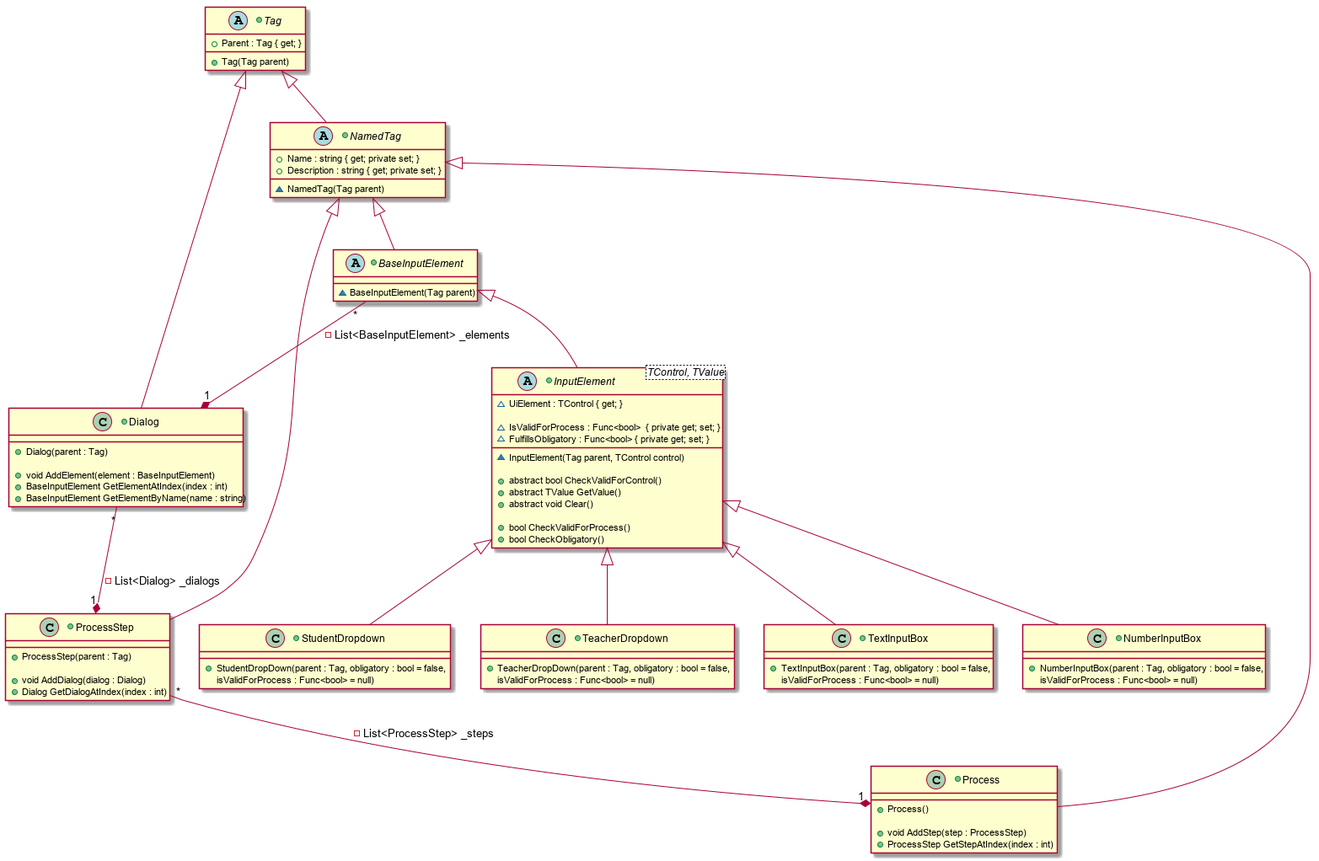
JuNord/dynamicDocs keeps this PlantUML diagram as DynamicDocsWPF/DynamicDocsWPF/PlantUML/UML.png. Above is the earlier version.
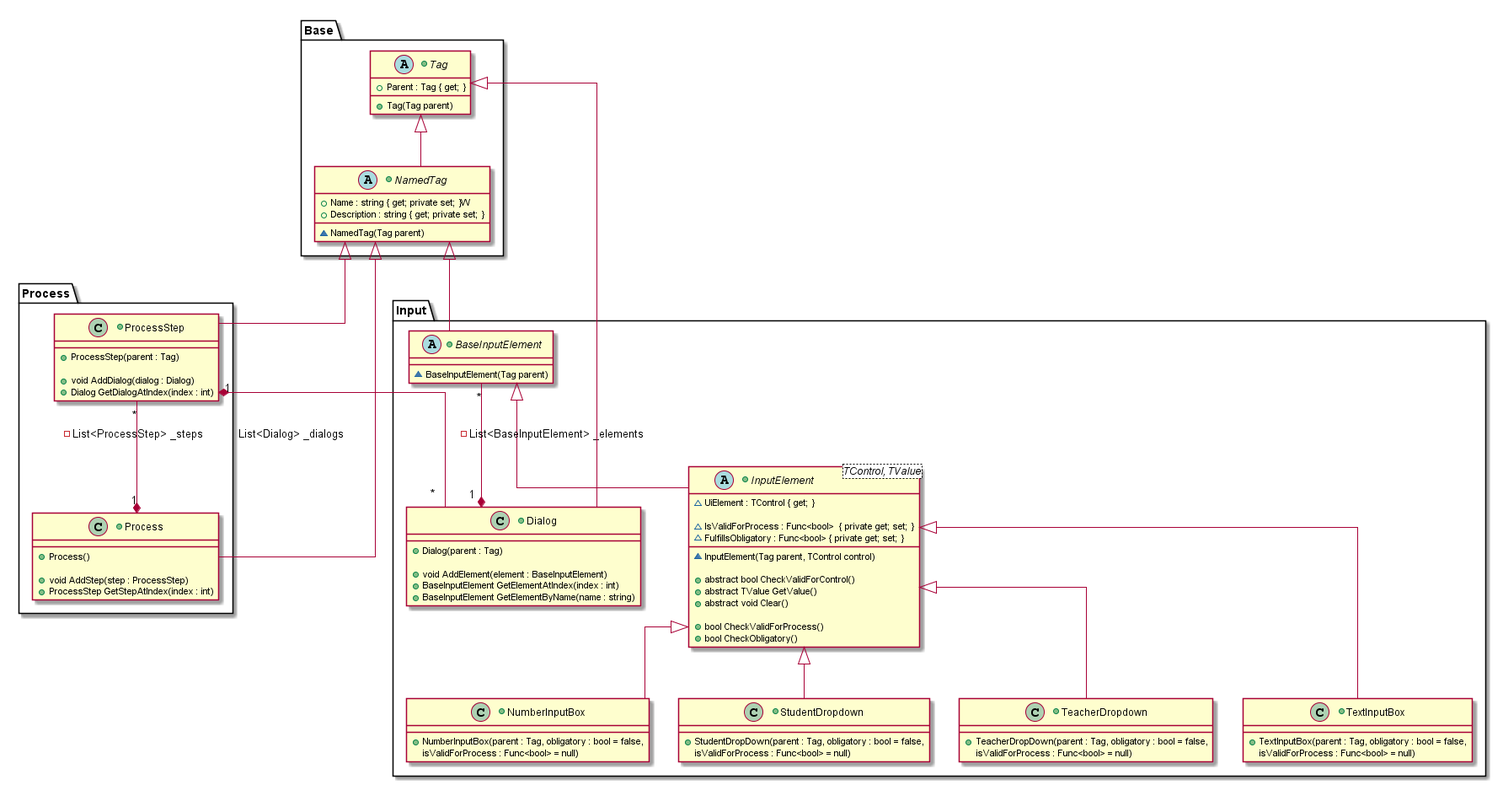
The same diagram one commit later.

Commit message:
Created Basic Networking Class

What changed in the source:
```diff
@@ -1,103 +1,127 @@
 @startuml
-Tag <|-- NamedTag
-Tag <|-- Dialog
-NamedTag <|-- BaseInputElement
-NamedTag <|-- Process
-NamedTag <|-- ProcessStep
-BaseInputElement <|-- InputElement
-InputElement <|-- NumberInputBox
-InputElement <|-- StudentDropdown
-InputElement <|-- TeacherDropdown
-InputElement <|-- TextInputBox
 
-ProcessStep "*" --* "1" Process : -List<ProcessStep> _steps
-Dialog "*" --* "1" ProcessStep : -List<Dialog> _dialogs
-BaseInputElement "*" --* "1" Dialog : -List<BaseInputElement> _elements
+skinparam linetype ortho
+
+namespace Base{
+    Tag <|-- NamedTag
+
+    +abstract class Tag
+    {
+        +Parent : Tag { get; }
+        +Tag(Tag parent)
+    }
+
+    +abstract class NamedTag
+    {
+        +Name : string { get; private set; }W
+        +Description : string { get; private set; }
+
+        ~NamedTag(Tag parent)
+    }
 
 
-+abstract class Tag
-{
-    +Parent : Tag { get; }
-    +Tag(Tag parent)
 }
 
-+abstract class NamedTag
-{
-    +Name : string { get; private set; }
-    +Description : string { get; private set; }
+namespace Input{
+    InputElement <|-- NumberInputBox
+    InputElement <|-- StudentDropdown
+    InputElement <|-- TeacherDropdown
+    InputElement <|-- TextInputBox
+    BaseInputElement <|-- InputElement
+    Base.NamedTag <|-- BaseInputElement
+    BaseInputElement "*" --* "1" Dialog : -List<BaseInputElement> _elements
+    Base.Tag <|-- Dialog
 
-    ~NamedTag(Tag parent)
+    +class NumberInputBox
+    {
+        +NumberInputBox(parent : Tag, obligatory : bool = false,
+                        isValidForProcess : Func<bool> = null)
+    }
+
+    +class TextInputBox
+    {
+        +TextInputBox(parent : Tag, obligatory : bool = false,
+                      isValidForProcess : Func<bool> = null)
+    }
+
+    +class StudentDropdown
+    {
+        +StudentDropDown(parent : Tag, obligatory : bool = false,
+                        isValidForProcess : Func<bool> = null)
+    }
+
+    +class TeacherDropdown
+    {
+        +TeacherDropDown(parent : Tag, obligatory : bool = false,
+                        isValidForProcess : Func<bool> = null)
+    }
+
+    +abstract class InputElement<TControl, TValue>
+    {
+        ~UiElement : TControl { get; }
+
+        ~IsValidForProcess : Func<bool>  { private get; set; }
+        ~FulfillsObligatory : Func<bool> { private get; set; }
+
+        ~InputElement(Tag parent, TControl control)
+
+        +abstract bool CheckValidForControl()
+        +abstract TValue GetValue()
+        +abstract void Clear()
+
+        +bool CheckValidForProcess()
+        +bool CheckObligatory()
+    }
+
+    +abstract class BaseInputElement
+    {
+        ~BaseInputElement(Tag parent)
+    }
+
+    +class Dialog
+    {
+        +Dialog(parent : Tag)
+
+        +void AddElement(element : BaseInputElement)
+        +BaseInputElement GetElementAtIndex(index : int)
+        +BaseInputElement GetElementByName(name : string)
+    }
 }
 
-+abstract class InputElement<TControl, TValue>
-{
-    ~UiElement : TControl { get; }
+namespace Process{
+    ProcessStep "*" --* "1" Process : -List<ProcessStep> _steps
+    Base.NamedTag <|-- Process
+    Base.NamedTag <|-- ProcessStep
+    Input.Dialog "*" -right-* "1" ProcessStep : -List<Dialog> _dialogs
 
-    ~IsValidForProcess : Func<bool>  { private get; set; }
-    ~FulfillsObligatory : Func<bool> { private get; set; }
 
-    ~InputElement(Tag parent, TControl control)
+    +class Process
+    {
+        +Process()
 
-    +abstract bool CheckValidForControl()
-    +abstract TValue GetValue()
-    +abstract void Clear()
+        +void AddStep(step : ProcessStep)
+        +ProcessStep GetStepAtIndex(index : int)
+    }
 
-    +bool CheckValidForProcess()
-    +bool CheckObligatory()
-}
+    +class ProcessStep
+    {
+        +ProcessStep(parent : Tag)
 
-+abstract class BaseInputElement
-{
-    ~BaseInputElement(Tag parent)
-}
+        +void AddDialog(dialog : Dialog)
+        +Dialog GetDialogAtIndex(index : int)
+    }
 
-+class NumberInputBox
-{
-    +NumberInputBox(parent : Tag, obligatory : bool = false,
-                    isValidForProcess : Func<bool> = null)
-}
 
-+class TextInputBox
-{
-    +TextInputBox(parent : Tag, obligatory : bool = false,
-                  isValidForProcess : Func<bool> = null)
-}
-
-+class StudentDropdown
-{
-    +StudentDropDown(parent : Tag, obligatory : bool = false,
-                    isValidForProcess : Func<bool> = null)
-}
-
-+class TeacherDropdown
-{
-    +TeacherDropDown(parent : Tag, obligatory : bool = false,
-                    isValidForProcess : Func<bool> = null)
 }
 
 
-+class Process
-{
-    +Process()
 
-    +void AddStep(step : ProcessStep)
-    +ProcessStep GetStepAtIndex(index : int)
-}
 
-+class ProcessStep
-{
-    +ProcessStep(parent : Tag)
 
-    +void AddDialog(dialog : Dialog)
-    +Dialog GetDialogAtIndex(index : int)
-}
 
-+class Dialog
-{
-    +Dialog(parent : Tag)
 
-    +void AddElement(element : BaseInputElement)
-    +BaseInputElement GetElementAtIndex(index : int)
-    +BaseInputElement GetElementByName(name : string)
-}
+
+
+
+
 @enduml
```
